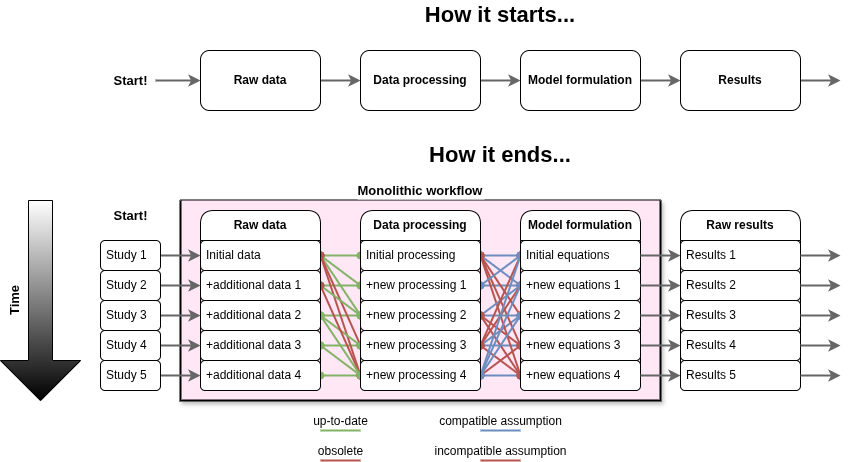
Before: docs/user/images/bloat.drawio.png, a diagram exported from draw.io (modelblocks-org/docs). Source tidied: cells renumbered, new cells last; positions are measured from the earlier drawing's top-left corner, leaving out a move shared by most shapes.
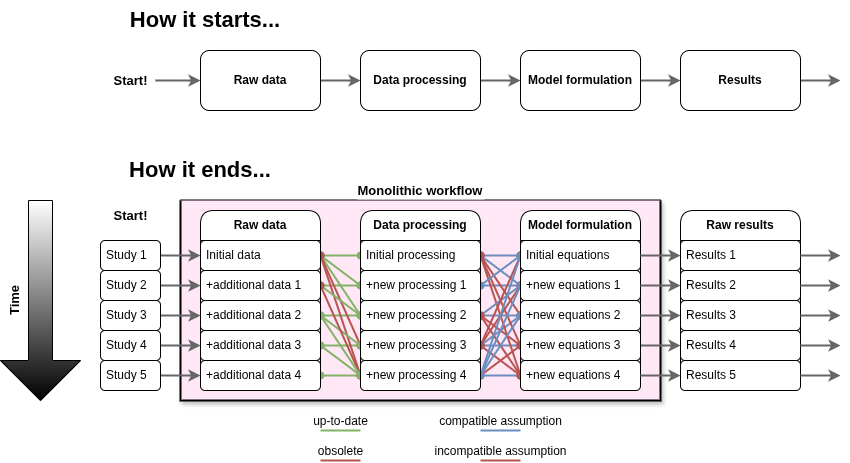
The same diagram one commit later.

What changed in the source:
```diff
@@ -136,11 +136,11 @@
     <mxCell id="45" value="Results" style="rounded=1;whiteSpace=wrap;html=1;fontStyle=1;fontSize=12;" parent="1" vertex="1">
       <mxGeometry x="680" y="50" width="120" height="60" as="geometry" />
     </mxCell>
-    <mxCell id="46" value="&lt;font style=&quot;font-size: 22px;&quot;&gt;How it starts...&lt;/font&gt;" style="text;html=1;align=center;verticalAlign=middle;whiteSpace=wrap;rounded=0;fontFamily=Helvetica;fontSize=14;fontColor=default;labelBackgroundColor=default;fontStyle=1;" parent="1" vertex="1">
-      <mxGeometry x="400" width="200" height="30" as="geometry" />
+    <mxCell id="46" value="&lt;font style=&quot;font-size: 22px;&quot;&gt;How it starts...&lt;/font&gt;" style="text;html=1;align=center;verticalAlign=middle;whiteSpace=wrap;rounded=0;fontFamily=Helvetica;fontSize=14;fontColor=default;labelBackgroundColor=none;fontStyle=1;" parent="1" vertex="1">
+      <mxGeometry x="105" width="200" height="40" as="geometry" />
     </mxCell>
-    <mxCell id="47" value="&lt;font style=&quot;font-size: 22px;&quot;&gt;How it ends...&lt;/font&gt;" style="text;html=1;align=center;verticalAlign=middle;whiteSpace=wrap;rounded=0;fontFamily=Helvetica;fontSize=14;fontColor=default;labelBackgroundColor=default;fontStyle=1;" parent="1" vertex="1">
-      <mxGeometry x="400" y="140" width="200" height="30" as="geometry" />
+    <mxCell id="47" value="&lt;font style=&quot;font-size: 22px;&quot;&gt;How it ends...&lt;/font&gt;" style="text;html=1;align=center;verticalAlign=middle;whiteSpace=wrap;rounded=0;fontFamily=Helvetica;fontSize=14;fontColor=default;labelBackgroundColor=none;fontStyle=1;" parent="1" vertex="1">
+      <mxGeometry x="100" y="150" width="200" height="40" as="geometry" />
     </mxCell>
     <mxCell id="48" value="Data processing" style="swimlane;fontStyle=1;horizontal=1;startSize=30;whiteSpace=wrap;html=1;fontFamily=Helvetica;fontSize=12;fontColor=default;labelBackgroundColor=default;fillColor=default;rounded=1;strokeWidth=1;" parent="1" vertex="1">
       <mxGeometry x="360" y="210" width="120" height="180" as="geometry" />
```
